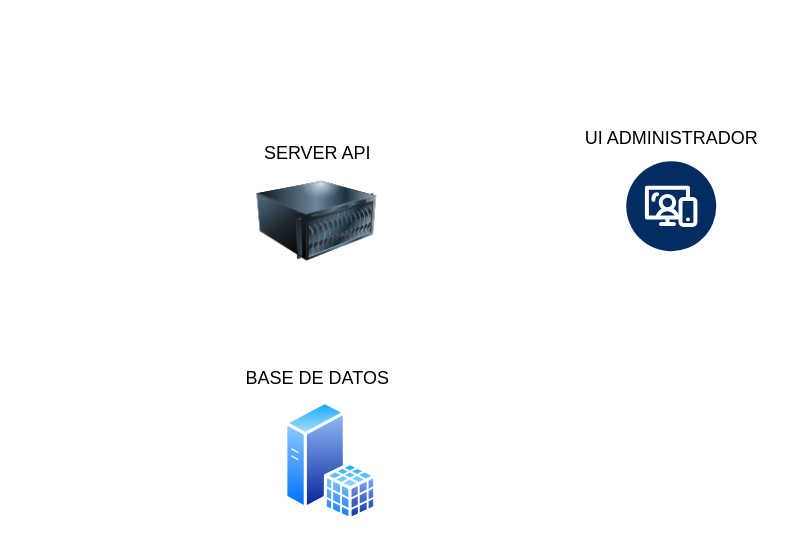
The draw.io diagram Diagrama sin título.drawio in j0k3rD/ticketek_2024, before the edit. Source tidied: cells renumbered, new cells numbered last; positions are measured from the earlier drawing's top-left corner, leaving out a move shared by most shapes. Both pictures are drawn from the tidied source at 150%, with x=0, y=0 at pixel (226, 116). Pictures stored in the file or linked from it are replaced by grey dashed boxes.
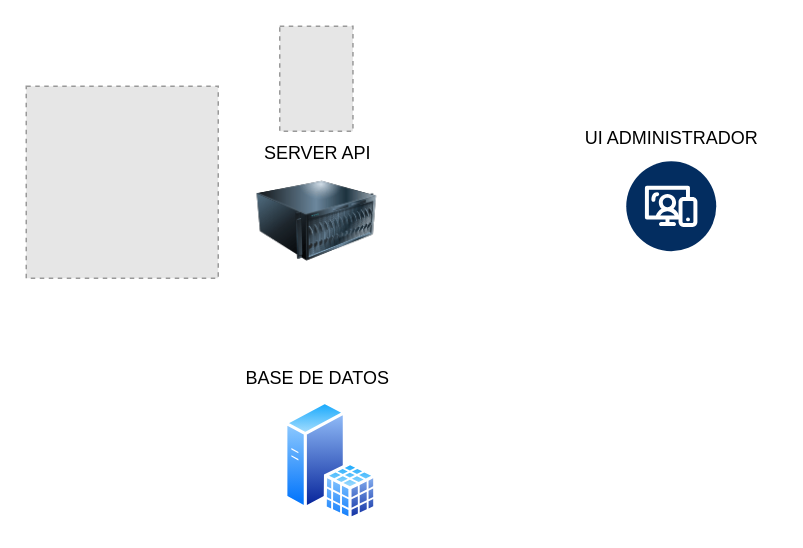
After the change.

Diff of the diagram source:
```diff
@@
 <mxGraphModel>
   <root>
     <mxCell id="0" />
     <mxCell id="1" parent="0" />
     <mxCell id="2" style="image;html=1;image=img/lib/clip_art/computers/Server_128x128.png;" parent="1" vertex="1">
       <mxGeometry x="20" y="30" width="80" height="80" as="geometry" />
     </mxCell>
     <mxCell id="3" value="SERVER API" style="text;html=1;align=center;verticalAlign=middle;strokeColor=none;fillColor=none;" parent="1" vertex="1">
       <mxGeometry x="10" y="10" width="100" height="30" as="geometry" />
     </mxCell>
     <mxCell id="4" style="verticalLabelPosition=bottom;html=1;shape=mxgraph.salesforce.web2;" parent="1" vertex="1">
       <mxGeometry x="266" y="30" width="60" height="60" as="geometry" />
     </mxCell>
     <mxCell id="5" value="UI ADMINISTRADOR" style="text;html=1;align=center;verticalAlign=middle;strokeColor=none;fillColor=none;" parent="1" vertex="1">
       <mxGeometry x="226" width="140" height="30" as="geometry" />
     </mxCell>
     <mxCell id="6" style="image;perimeter=ellipsePerimeter;html=1;align=center;shadow=0;dashed=0;spacingTop=3;image=img/lib/active_directory/sql_server.svg;" parent="1" vertex="1">
       <mxGeometry x="38.4" y="190" width="61.6" height="80" as="geometry" />
     </mxCell>
     <mxCell id="7" value="&lt;div&gt;BASE DE DATOS&lt;/div&gt;" style="text;html=1;align=center;verticalAlign=middle;strokeColor=none;fillColor=none;" parent="1" vertex="1">
       <mxGeometry y="160" width="120" height="30" as="geometry" />
     </mxCell>
+    <mxCell id="8" style="fillColor=#E6E6E6;strokeColor=#999999;dashed=1;verticalLabelPosition=bottom;labelBackgroundColor=default;verticalAlign=top;" parent="1" vertex="1">
+      <mxGeometry x="35" y="-60" width="48.8" height="70" as="geometry" />
+    </mxCell>
+    <mxCell id="9" style="fillColor=#E6E6E6;strokeColor=#999999;dashed=1;verticalLabelPosition=bottom;labelBackgroundColor=default;verticalAlign=top;" parent="1" vertex="1">
+      <mxGeometry x="-134" y="-20" width="128" height="128" as="geometry" />
+    </mxCell>
   </root>
 </mxGraphModel>
```
